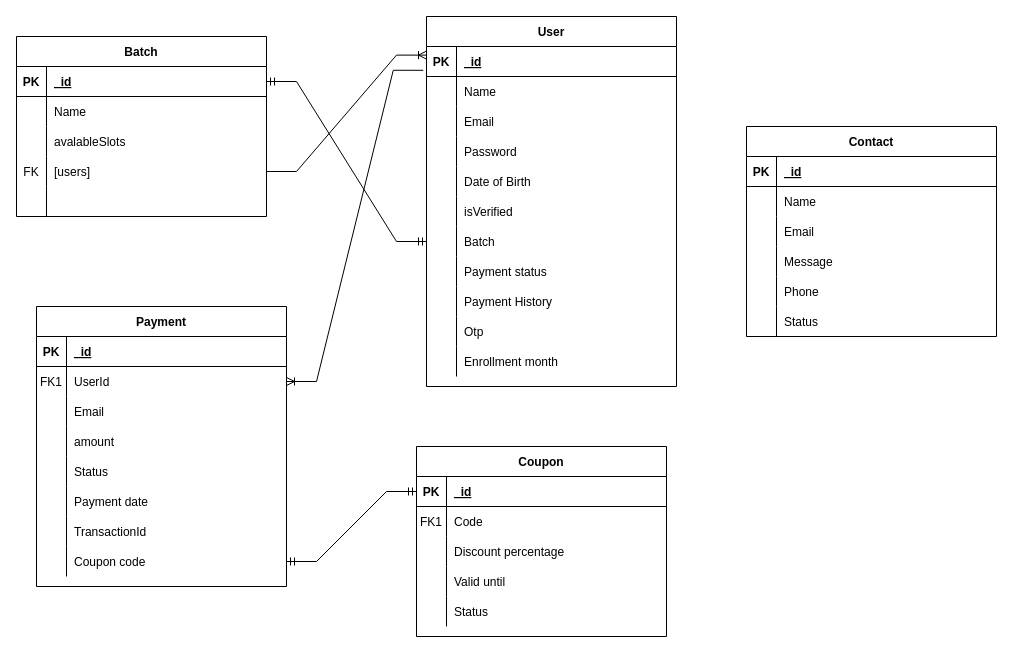
Earlier version of the draw.io diagram databaseDesign.drawio (Biranjay-kumar/innerglow-backend). Source tidied: cells renumbered, new cells numbered last; positions are measured from the earlier drawing's top-left corner, leaving out a move shared by most shapes. Both pictures are drawn from the tidied source at 100%, with x=0, y=0 at pixel (16, 16).
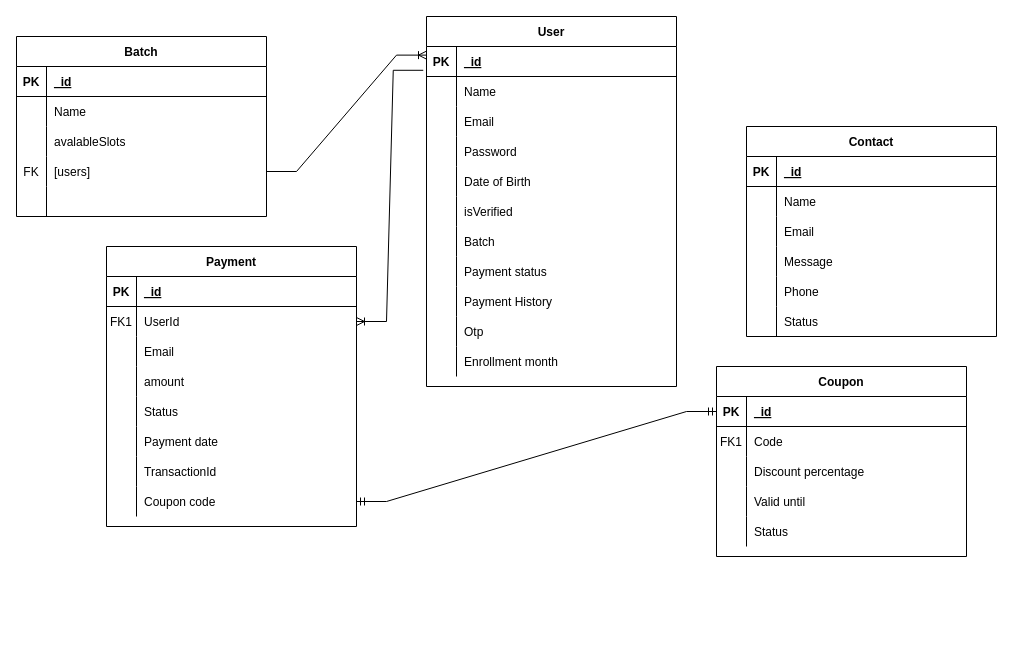
The same page after the edit.

The change refers to these unchanged cells:
```xml
<mxCell id="21" style="shape=partialRectangle;fillColor=none;points=[[0,0.5],[1,0.5]];portConstraint=eastwest;top=0;left=0;right=0;bottom=0;" parent="2" vertex="1">
  <mxGeometry y="210" width="250" height="30" as="geometry" />
</mxCell>
<mxCell id="97" style="shape=partialRectangle;fillColor=none;points=[[0,0.5],[1,0.5]];portConstraint=eastwest;top=0;left=0;right=0;bottom=1;" parent="96" vertex="1">
  <mxGeometry y="30" width="250" height="30" as="geometry" />
</mxCell>
```

Diff of the diagram source:
```diff
@@
     <mxCell id="36" value="Coupon" style="shape=table;startSize=30;childLayout=tableLayout;rowLines=0;fontStyle=1;align=center;" parent="1" vertex="1">
-      <mxGeometry x="400" y="430" width="250" height="190" as="geometry" />
+      <mxGeometry x="700" y="350" width="250" height="190" as="geometry" />
     </mxCell>
@@
     <mxCell id="71" value="Payment" style="shape=table;startSize=30;childLayout=tableLayout;rowLines=0;fontStyle=1;align=center;" parent="1" vertex="1">
-      <mxGeometry x="20" y="290" width="250" height="280" as="geometry" />
+      <mxGeometry x="90" y="230" width="250" height="280" as="geometry" />
     </mxCell>
@@
-    <mxCell id="113" style="edgeStyle=entityRelationEdgeStyle;fontSize=12;html=1;endArrow=ERmandOne;startArrow=ERmandOne;rounded=0;entryX=0;entryY=0.5;entryDx=0;entryDy=0;exitX=1;exitY=0.5;exitDx=0;exitDy=0;" parent="1" edge="1" source="97" target="21">
-      <mxGeometry relative="1" as="geometry" />
-    </mxCell>
```
